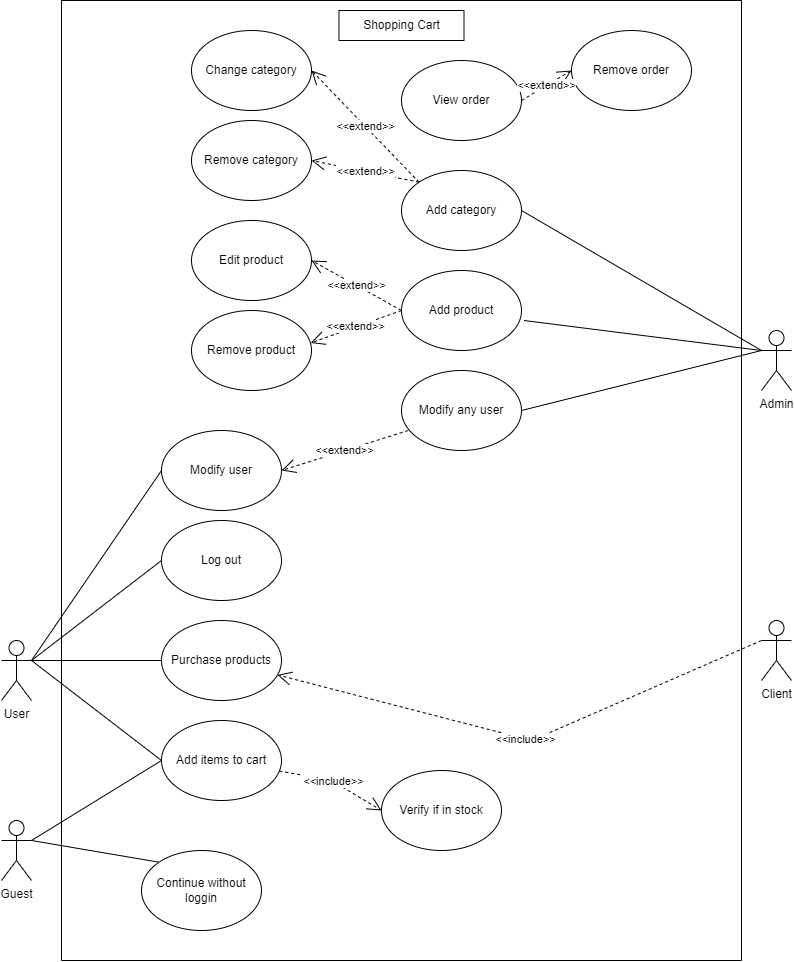
Above: documentation/images/usecase.drawio.png in KMaselko/COM528-AE2 (draw.io), before the change. Source tidied: cells renumbered, new cells last; positions are measured from the earlier drawing's top-left corner, leaving out a move shared by most shapes. Source of this version:
```xml
<mxGraphModel>
  <root>
    <mxCell id="0" />
    <mxCell id="1" parent="0" />
    <mxCell id="2" value="User" style="shape=umlActor;verticalLabelPosition=bottom;verticalAlign=top;html=1;outlineConnect=0;" parent="1" vertex="1">
      <mxGeometry y="640" width="30" height="60" as="geometry" />
    </mxCell>
    <mxCell id="3" value="Admin" style="shape=umlActor;verticalLabelPosition=bottom;verticalAlign=top;html=1;outlineConnect=0;" parent="1" vertex="1">
      <mxGeometry x="760" y="330" width="30" height="60" as="geometry" />
    </mxCell>
    <mxCell id="4" value="Guest" style="shape=umlActor;verticalLabelPosition=bottom;verticalAlign=top;html=1;outlineConnect=0;" parent="1" vertex="1">
      <mxGeometry y="820" width="30" height="60" as="geometry" />
    </mxCell>
    <mxCell id="5" value="Client" style="shape=umlActor;verticalLabelPosition=bottom;verticalAlign=top;html=1;" parent="1" vertex="1">
      <mxGeometry x="760" y="620" width="30" height="60" as="geometry" />
    </mxCell>
    <mxCell id="6" style="endArrow=none;html=1;rounded=0;exitX=0;exitY=0;exitDx=0;exitDy=0;entryX=1;entryY=0.3333333333333333;entryDx=0;entryDy=0;entryPerimeter=0;" parent="1" edge="1" source="28" target="4">
      <mxGeometry relative="1" as="geometry" />
    </mxCell>
    <mxCell id="7" style="swimlane;startSize=0;" parent="1" vertex="1">
      <mxGeometry x="60" width="680" height="960" as="geometry" />
    </mxCell>
    <mxCell id="8" value="Add items to cart" style="ellipse;whiteSpace=wrap;html=1;" parent="7" vertex="1">
      <mxGeometry x="100" y="720" width="120" height="80" as="geometry" />
    </mxCell>
    <mxCell id="9" value="Purchase products" style="ellipse;whiteSpace=wrap;html=1;" parent="7" vertex="1">
      <mxGeometry x="100" y="620" width="120" height="80" as="geometry" />
    </mxCell>
    <mxCell id="10" value="Log out" style="ellipse;whiteSpace=wrap;html=1;" parent="7" vertex="1">
      <mxGeometry x="100" y="520" width="120" height="80" as="geometry" />
    </mxCell>
    <mxCell id="11" value="Modify user" style="ellipse;whiteSpace=wrap;html=1;" parent="7" vertex="1">
      <mxGeometry x="100" y="430" width="120" height="80" as="geometry" />
    </mxCell>
    <mxCell id="12" value="Modify any user" style="ellipse;whiteSpace=wrap;html=1;" parent="7" vertex="1">
      <mxGeometry x="340" y="370" width="120" height="80" as="geometry" />
    </mxCell>
    <mxCell id="13" value="&amp;lt;&amp;lt;extend&amp;gt;&amp;gt;" style="endArrow=open;endSize=12;dashed=1;html=1;rounded=0;entryX=1;entryY=0.5;entryDx=0;entryDy=0;exitX=0.056;exitY=0.75;exitDx=0;exitDy=0;exitPerimeter=0;" parent="7" edge="1" source="12" target="11">
      <mxGeometry relative="1" as="geometry" />
    </mxCell>
    <mxCell id="14" value="Add product" style="ellipse;whiteSpace=wrap;html=1;" parent="7" vertex="1">
      <mxGeometry x="340" y="270" width="120" height="80" as="geometry" />
    </mxCell>
    <mxCell id="15" value="Add category" style="ellipse;whiteSpace=wrap;html=1;" parent="7" vertex="1">
      <mxGeometry x="340" y="170" width="120" height="80" as="geometry" />
    </mxCell>
    <mxCell id="16" value="View order" style="ellipse;whiteSpace=wrap;html=1;" parent="7" vertex="1">
      <mxGeometry x="340" y="60" width="120" height="80" as="geometry" />
    </mxCell>
    <mxCell id="17" value="Remove order" style="ellipse;whiteSpace=wrap;html=1;" parent="7" vertex="1">
      <mxGeometry x="510" y="30" width="120" height="80" as="geometry" />
    </mxCell>
    <mxCell id="18" value="Change category" style="ellipse;whiteSpace=wrap;html=1;" parent="7" vertex="1">
      <mxGeometry x="130" y="30" width="120" height="80" as="geometry" />
    </mxCell>
    <mxCell id="19" value="Edit product" style="ellipse;whiteSpace=wrap;html=1;" parent="7" vertex="1">
      <mxGeometry x="130" y="220" width="120" height="80" as="geometry" />
    </mxCell>
    <mxCell id="20" value="Shopping Cart" style="rounded=0;whiteSpace=wrap;html=1;" parent="7" vertex="1">
      <mxGeometry x="277.5" y="10" width="125" height="30" as="geometry" />
    </mxCell>
    <mxCell id="21" value="Remove product" style="ellipse;whiteSpace=wrap;html=1;" parent="7" vertex="1">
      <mxGeometry x="130" y="310" width="120" height="80" as="geometry" />
    </mxCell>
    <mxCell id="22" value="Remove category" style="ellipse;whiteSpace=wrap;html=1;" parent="7" vertex="1">
      <mxGeometry x="130" y="120" width="120" height="80" as="geometry" />
    </mxCell>
    <mxCell id="23" value="&amp;lt;&amp;lt;extend&amp;gt;&amp;gt;" style="endArrow=open;endSize=12;dashed=1;html=1;rounded=0;entryX=1;entryY=0.5;entryDx=0;entryDy=0;exitX=0;exitY=0;exitDx=0;exitDy=0;" parent="7" edge="1" source="15" target="18">
      <mxGeometry relative="1" as="geometry" />
    </mxCell>
    <mxCell id="24" value="&amp;lt;&amp;lt;extend&amp;gt;&amp;gt;" style="endArrow=open;endSize=12;dashed=1;html=1;rounded=0;entryX=1;entryY=0.5;entryDx=0;entryDy=0;exitX=0;exitY=0;exitDx=0;exitDy=0;" parent="7" edge="1" source="15" target="22">
      <mxGeometry relative="1" as="geometry" />
    </mxCell>
    <mxCell id="25" value="&amp;lt;&amp;lt;extend&amp;gt;&amp;gt;" style="endArrow=open;endSize=12;dashed=1;html=1;rounded=0;entryX=1;entryY=0.5;entryDx=0;entryDy=0;exitX=0;exitY=0.5;exitDx=0;exitDy=0;" parent="7" edge="1" source="14" target="19">
      <mxGeometry relative="1" as="geometry" />
    </mxCell>
    <mxCell id="26" value="&amp;lt;&amp;lt;extend&amp;gt;&amp;gt;" style="endArrow=open;endSize=12;dashed=1;html=1;rounded=0;entryX=0.993;entryY=0.406;entryDx=0;entryDy=0;exitX=0;exitY=0.5;exitDx=0;exitDy=0;entryPerimeter=0;" parent="7" edge="1" source="14" target="21">
      <mxGeometry relative="1" as="geometry" />
    </mxCell>
    <mxCell id="27" value="&amp;lt;&amp;lt;extend&amp;gt;&amp;gt;" style="endArrow=open;endSize=12;dashed=1;html=1;rounded=0;entryX=0;entryY=0.5;entryDx=0;entryDy=0;exitX=1;exitY=0.5;exitDx=0;exitDy=0;" parent="7" edge="1" source="16" target="17">
      <mxGeometry relative="1" as="geometry" />
    </mxCell>
    <mxCell id="28" value="Continue without loggin" style="ellipse;whiteSpace=wrap;html=1;" parent="7" vertex="1">
      <mxGeometry x="80" y="850" width="120" height="80" as="geometry" />
    </mxCell>
    <mxCell id="29" value="Verify if in stock" style="ellipse;whiteSpace=wrap;html=1;" parent="7" vertex="1">
      <mxGeometry x="320" y="770" width="120" height="80" as="geometry" />
    </mxCell>
    <mxCell id="30" value="&amp;lt;&amp;lt;include&amp;gt;&amp;gt;" style="endArrow=open;endSize=12;dashed=1;html=1;rounded=0;entryX=0;entryY=0.5;entryDx=0;entryDy=0;" parent="7" edge="1" source="8" target="29">
      <mxGeometry relative="1" as="geometry">
        <Array as="points">
          <mxPoint x="270" y="780" />
        </Array>
      </mxGeometry>
    </mxCell>
    <mxCell id="31" style="endArrow=none;html=1;rounded=0;exitX=0;exitY=0.5;exitDx=0;exitDy=0;entryX=1;entryY=0.3333333333333333;entryDx=0;entryDy=0;entryPerimeter=0;" parent="1" edge="1" source="8" target="4">
      <mxGeometry relative="1" as="geometry" />
    </mxCell>
    <mxCell id="32" style="endArrow=none;html=1;rounded=0;exitX=0;exitY=0.5;exitDx=0;exitDy=0;entryX=1;entryY=0.3333333333333333;entryDx=0;entryDy=0;entryPerimeter=0;" parent="1" edge="1" source="8" target="2">
      <mxGeometry relative="1" as="geometry" />
    </mxCell>
    <mxCell id="33" style="endArrow=none;html=1;rounded=0;exitX=0;exitY=0.5;exitDx=0;exitDy=0;entryX=1;entryY=0.3333333333333333;entryDx=0;entryDy=0;entryPerimeter=0;" parent="1" edge="1" source="9" target="2">
      <mxGeometry relative="1" as="geometry" />
    </mxCell>
    <mxCell id="34" style="endArrow=none;html=1;rounded=0;exitX=0;exitY=0.5;exitDx=0;exitDy=0;entryX=1;entryY=0.3333333333333333;entryDx=0;entryDy=0;entryPerimeter=0;" parent="1" edge="1" source="10" target="2">
      <mxGeometry relative="1" as="geometry" />
    </mxCell>
    <mxCell id="35" value="&amp;lt;&amp;lt;include&amp;gt;&amp;gt;" style="endArrow=open;endSize=12;dashed=1;html=1;rounded=0;" parent="1" edge="1" target="9">
      <mxGeometry relative="1" as="geometry">
        <mxPoint x="760" y="640" as="sourcePoint" />
        <Array as="points">
          <mxPoint x="530" y="740" />
        </Array>
      </mxGeometry>
    </mxCell>
    <mxCell id="36" style="endArrow=none;html=1;rounded=0;exitX=0;exitY=0.5;exitDx=0;exitDy=0;" parent="1" edge="1" source="11">
      <mxGeometry relative="1" as="geometry">
        <mxPoint x="30" y="660" as="targetPoint" />
      </mxGeometry>
    </mxCell>
    <mxCell id="37" style="endArrow=none;html=1;rounded=0;entryX=0;entryY=0.3333333333333333;entryDx=0;entryDy=0;entryPerimeter=0;exitX=1;exitY=0.5;exitDx=0;exitDy=0;" parent="1" edge="1" source="12" target="3">
      <mxGeometry relative="1" as="geometry" />
    </mxCell>
    <mxCell id="38" style="endArrow=none;html=1;rounded=0;entryX=0;entryY=0.3333333333333333;entryDx=0;entryDy=0;entryPerimeter=0;exitX=1.021;exitY=0.625;exitDx=0;exitDy=0;exitPerimeter=0;" parent="1" edge="1" source="14" target="3">
      <mxGeometry relative="1" as="geometry" />
    </mxCell>
    <mxCell id="39" style="endArrow=none;html=1;rounded=0;exitX=1;exitY=0.5;exitDx=0;exitDy=0;" parent="1" edge="1" source="15">
      <mxGeometry relative="1" as="geometry">
        <mxPoint x="760" y="350" as="targetPoint" />
      </mxGeometry>
    </mxCell>
  </root>
</mxGraphModel>
```
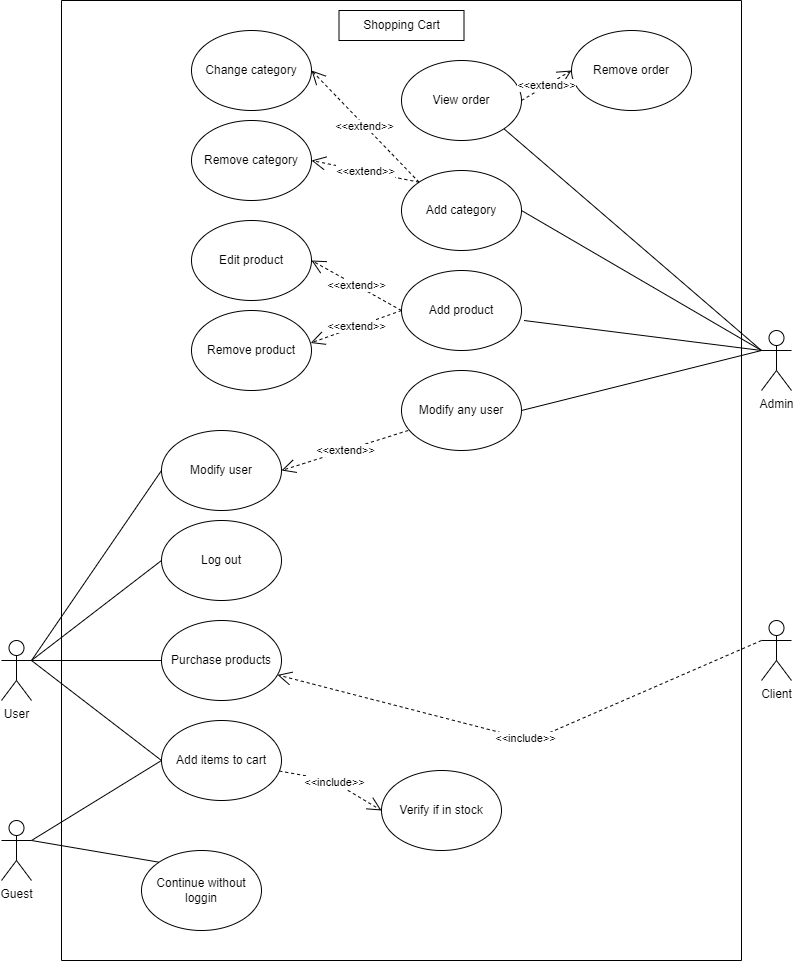
The same diagram one commit later.

Change to the diagram source:
```diff
@@ -129,5 +129,10 @@
         <mxPoint x="760" y="350" as="targetPoint" />
       </mxGeometry>
     </mxCell>
+    <mxCell id="40" style="endArrow=none;html=1;rounded=0;exitX=1;exitY=1;exitDx=0;exitDy=0;" parent="1" edge="1" source="16">
+      <mxGeometry relative="1" as="geometry">
+        <mxPoint x="760" y="350" as="targetPoint" />
+      </mxGeometry>
+    </mxCell>
   </root>
 </mxGraphModel>
```
